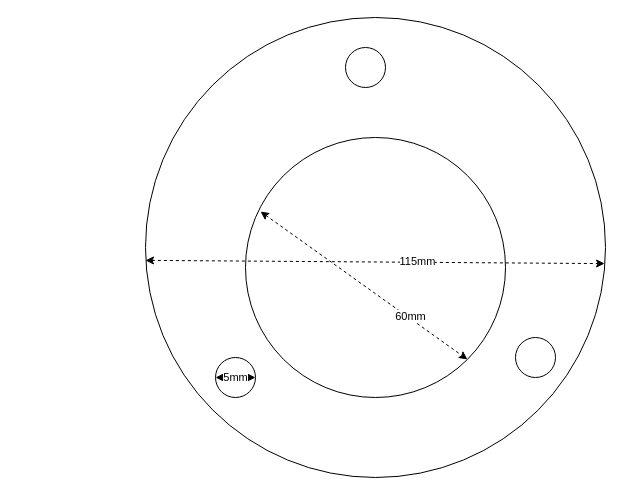
The draw.io diagram page "weather_station" (3 of 3) of machine_learning/machineLearning.drawio in letrthong/uhes_visual_programing_iot, before the edit. Source tidied: cells renumbered, new cells numbered last; positions are measured from the earlier drawing's top-left corner, leaving out a move shared by most shapes. Both pictures are drawn from the tidied source at 100%, with x=0, y=0 at pixel (145, 17).
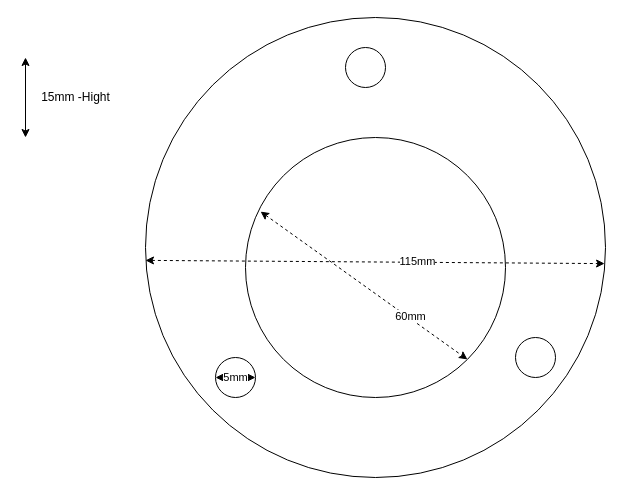
After the change.

What changed in the source:
```diff
@@
 <mxGraphModel>
   <root>
     <mxCell id="0" />
     <mxCell id="1" parent="0" />
     <mxCell id="2" style="ellipse;whiteSpace=wrap;html=1;" parent="1" vertex="1">
       <mxGeometry width="460" height="460" as="geometry" />
     </mxCell>
     <mxCell id="3" style="ellipse;whiteSpace=wrap;html=1;" parent="1" vertex="1">
       <mxGeometry x="100" y="120" width="260" height="260" as="geometry" />
     </mxCell>
     <mxCell id="4" style="endArrow=classic;startArrow=classic;html=1;exitX=0;exitY=0.528;exitDx=0;exitDy=0;exitPerimeter=0;entryX=0.998;entryY=0.535;entryDx=0;entryDy=0;entryPerimeter=0;dashed=1;" parent="1" edge="1" source="2" target="2">
       <mxGeometry relative="1" as="geometry" />
     </mxCell>
     <mxCell id="5" value="115mm" style="edgeLabel;html=1;align=center;verticalAlign=middle;" parent="4" vertex="1">
       <mxGeometry x="0.18" y="1" relative="1" as="geometry" />
     </mxCell>
     <mxCell id="6" style="endArrow=classic;startArrow=classic;html=1;dashed=1;exitX=0.058;exitY=0.285;exitDx=0;exitDy=0;exitPerimeter=0;entryX=1;entryY=1;entryDx=0;entryDy=0;" parent="1" edge="1" source="3" target="3">
       <mxGeometry relative="1" as="geometry" />
     </mxCell>
     <mxCell id="7" value="60mm" style="edgeLabel;html=1;align=center;verticalAlign=middle;" parent="6" vertex="1">
       <mxGeometry x="0.43" y="3" relative="1" as="geometry">
         <mxPoint y="1" as="offset" />
       </mxGeometry>
     </mxCell>
     <mxCell id="8" style="ellipse;whiteSpace=wrap;html=1;" parent="1" vertex="1">
       <mxGeometry x="200" y="30" width="40" height="40" as="geometry" />
     </mxCell>
     <mxCell id="9" style="ellipse;whiteSpace=wrap;html=1;" parent="1" vertex="1">
       <mxGeometry x="70" y="340" width="40" height="40" as="geometry" />
     </mxCell>
     <mxCell id="10" style="ellipse;whiteSpace=wrap;html=1;" parent="1" vertex="1">
       <mxGeometry x="370" y="320" width="40" height="40" as="geometry" />
     </mxCell>
     <mxCell id="11" value="5mm" style="endArrow=classic;startArrow=classic;html=1;dashed=1;entryX=0;entryY=0.5;entryDx=0;entryDy=0;exitX=1;exitY=0.5;exitDx=0;exitDy=0;" parent="1" edge="1" source="9" target="9">
       <mxGeometry relative="1" as="geometry" />
     </mxCell>
+    <mxCell id="12" style="endArrow=classic;startArrow=classic;html=1;" parent="1" edge="1">
+      <mxGeometry relative="1" as="geometry">
+        <mxPoint x="-120" y="120" as="sourcePoint" />
+        <mxPoint x="-120" y="40" as="targetPoint" />
+      </mxGeometry>
+    </mxCell>
+    <mxCell id="13" value="15mm -Hight" style="text;html=1;align=center;verticalAlign=middle;" parent="1" vertex="1">
+      <mxGeometry x="-110" y="70" width="80" height="20" as="geometry" />
+    </mxCell>
   </root>
 </mxGraphModel>
```
